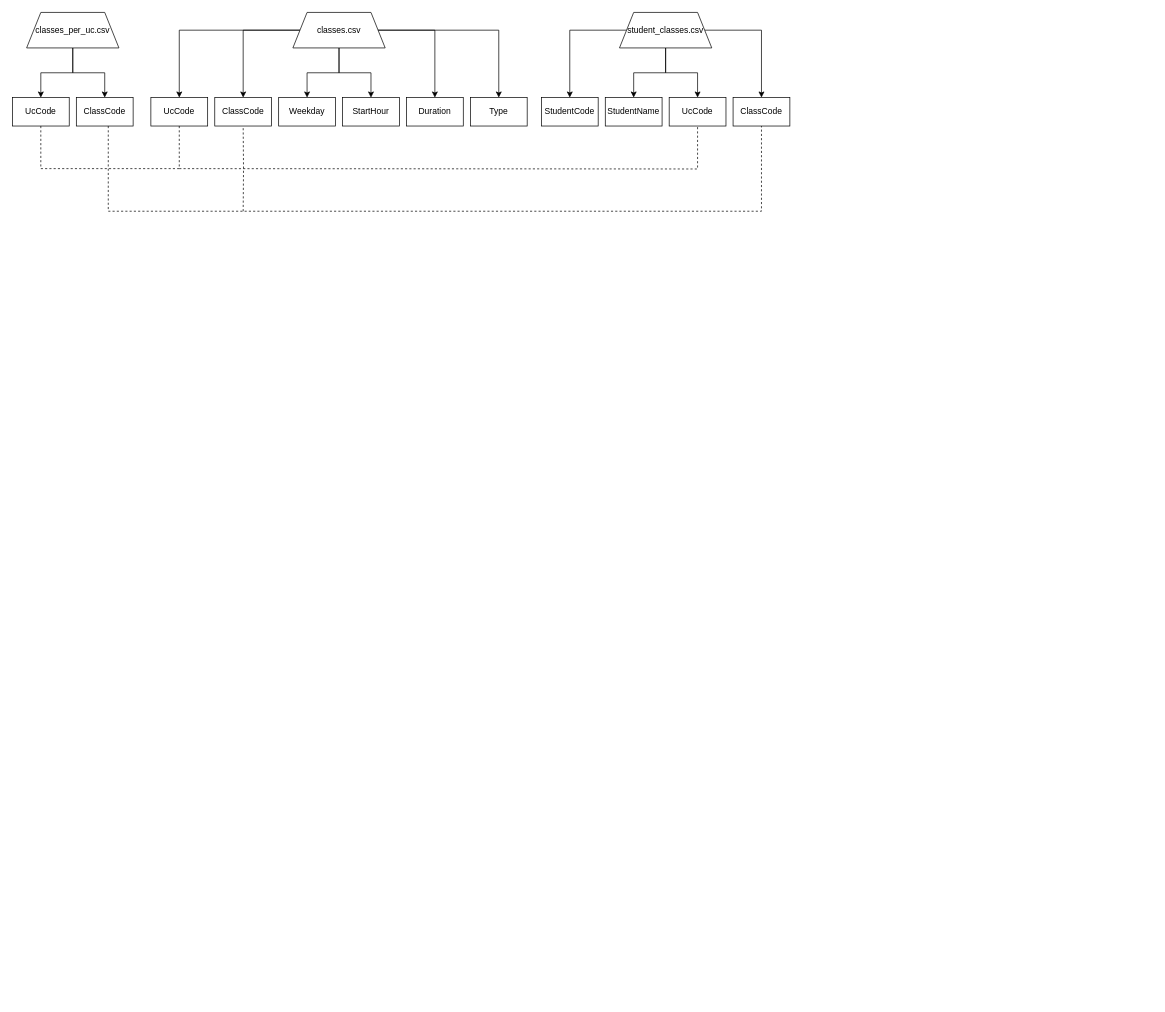
Before: diagram.drawio in HenriqueSFernandes/AED-ScheduleManager, a draw.io diagram. Source tidied: cells renumbered, new cells numbered last; positions are measured from the earlier drawing's top-left corner, leaving out a move shared by most shapes. Both pictures are drawn from the tidied source at 71%, with x=0, y=0 at pixel (12, 12).
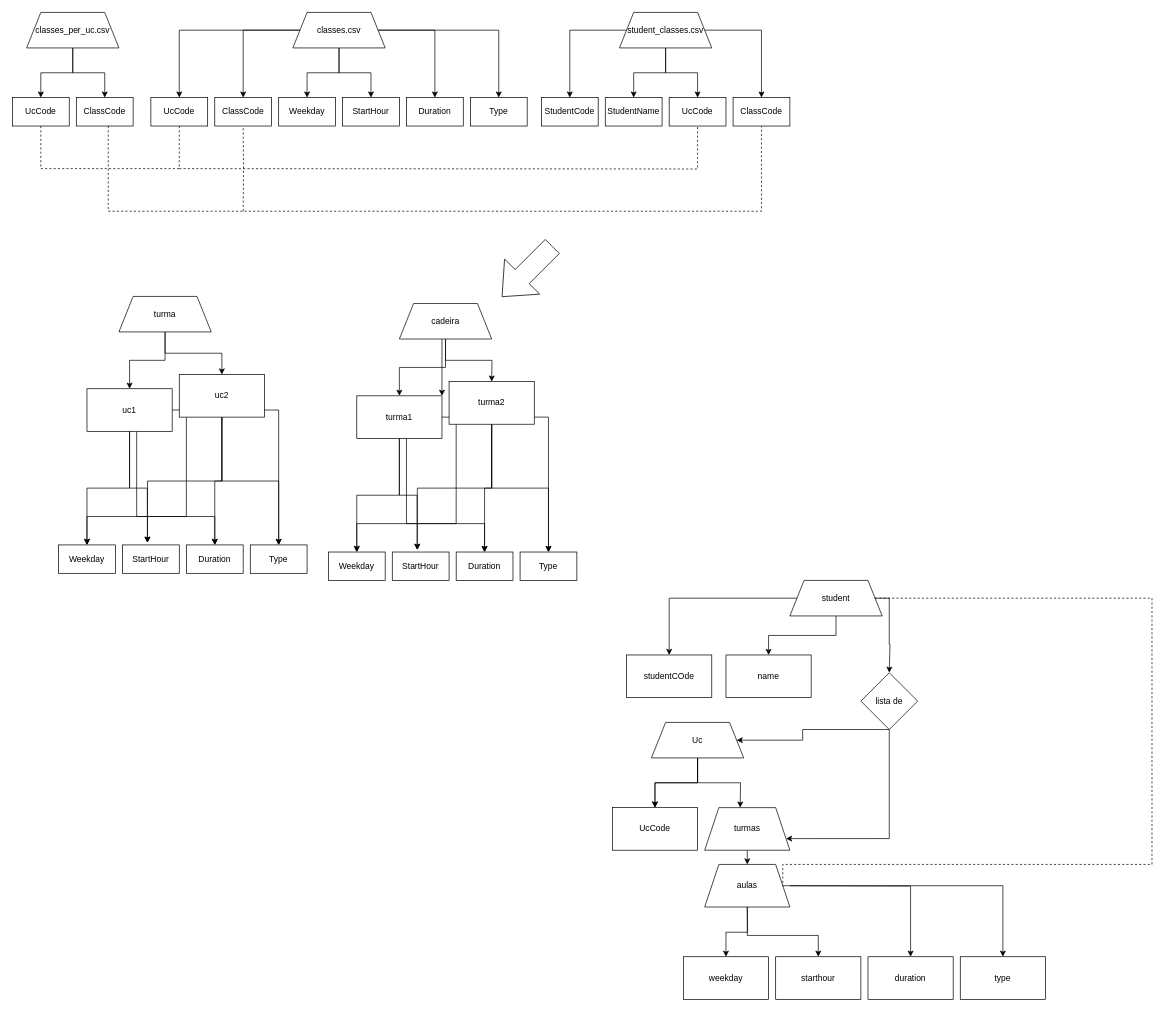
The same page after the edit.

Change to the diagram source:
```diff
@@
+    <mxCell id="33" style="edgeStyle=orthogonalEdgeStyle;rounded=0;jettySize=auto;html=1;" parent="1" edge="1" source="36" target="40">
+      <mxGeometry relative="1" as="geometry" />
+    </mxCell>
+    <mxCell id="34" style="edgeStyle=orthogonalEdgeStyle;rounded=0;jettySize=auto;html=1;" parent="1" edge="1" source="36" target="40">
+      <mxGeometry relative="1" as="geometry">
+        <Array as="points">
+          <mxPoint x="615" y="460" />
+          <mxPoint x="615" y="460" />
+        </Array>
+      </mxGeometry>
+    </mxCell>
+    <mxCell id="35" style="edgeStyle=orthogonalEdgeStyle;rounded=0;jettySize=auto;html=1;" parent="1" edge="1" source="36">
+      <mxGeometry relative="1" as="geometry">
+        <mxPoint x="675" y="520" as="targetPoint" />
+      </mxGeometry>
+    </mxCell>
+    <mxCell id="36" value="cadeira" style="shape=trapezoid;perimeter=trapezoidPerimeter;whiteSpace=wrap;html=1;fixedSize=1;rounded=0;strokeColor=default;align=center;verticalAlign=middle;fontFamily=Helvetica;fontSize=12;fontColor=default;fillColor=default;" parent="1" vertex="1">
+      <mxGeometry x="545" y="410" width="130" height="50" as="geometry" />
+    </mxCell>
+    <mxCell id="37" style="edgeStyle=orthogonalEdgeStyle;rounded=0;jettySize=auto;html=1;entryX=0.5;entryY=0;entryDx=0;entryDy=0;" parent="1" edge="1" source="40" target="45">
+      <mxGeometry relative="1" as="geometry" />
+    </mxCell>
+    <mxCell id="38" style="edgeStyle=orthogonalEdgeStyle;rounded=0;jettySize=auto;html=1;" parent="1" edge="1" source="40" target="47">
+      <mxGeometry relative="1" as="geometry">
+        <Array as="points">
+          <mxPoint x="555" y="720" />
+          <mxPoint x="665" y="720" />
+        </Array>
+      </mxGeometry>
+    </mxCell>
+    <mxCell id="39" style="edgeStyle=orthogonalEdgeStyle;rounded=0;jettySize=auto;html=1;" parent="1" edge="1" source="40" target="48">
+      <mxGeometry relative="1" as="geometry" />
+    </mxCell>
+    <mxCell id="40" value="turma1" style="whiteSpace=wrap;html=1;rounded=0;" parent="1" vertex="1">
+      <mxGeometry x="485" y="540" width="120" height="60" as="geometry" />
+    </mxCell>
+    <mxCell id="41" style="edgeStyle=orthogonalEdgeStyle;rounded=0;jettySize=auto;html=1;" parent="1" edge="1" source="44" target="45">
+      <mxGeometry relative="1" as="geometry">
+        <Array as="points">
+          <mxPoint x="625" y="720" />
+          <mxPoint x="485" y="720" />
+        </Array>
+      </mxGeometry>
+    </mxCell>
+    <mxCell id="42" style="edgeStyle=orthogonalEdgeStyle;rounded=0;jettySize=auto;html=1;" parent="1" edge="1" source="44" target="47">
+      <mxGeometry relative="1" as="geometry" />
+    </mxCell>
+    <mxCell id="43" style="edgeStyle=orthogonalEdgeStyle;rounded=0;jettySize=auto;html=1;entryX=0.5;entryY=0;entryDx=0;entryDy=0;" parent="1" edge="1" source="44" target="48">
+      <mxGeometry relative="1" as="geometry" />
+    </mxCell>
+    <mxCell id="44" value="turma2" style="whiteSpace=wrap;html=1;rounded=0;" parent="1" vertex="1">
+      <mxGeometry x="615" y="520" width="120" height="60" as="geometry" />
+    </mxCell>
+    <mxCell id="45" value="Weekday" style="rounded=0;whiteSpace=wrap;html=1;" parent="1" vertex="1">
+      <mxGeometry x="445" y="760" width="80" height="40" as="geometry" />
+    </mxCell>
+    <mxCell id="46" value="StartHour" style="rounded=0;whiteSpace=wrap;html=1;" parent="1" vertex="1">
+      <mxGeometry x="535" y="760" width="80" height="40" as="geometry" />
+    </mxCell>
+    <mxCell id="47" value="Duration" style="rounded=0;whiteSpace=wrap;html=1;" parent="1" vertex="1">
+      <mxGeometry x="625" y="760" width="80" height="40" as="geometry" />
+    </mxCell>
+    <mxCell id="48" value="Type" style="rounded=0;whiteSpace=wrap;html=1;" parent="1" vertex="1">
+      <mxGeometry x="715" y="760" width="80" height="40" as="geometry" />
+    </mxCell>
+    <mxCell id="49" style="edgeStyle=orthogonalEdgeStyle;rounded=0;jettySize=auto;html=1;entryX=0.438;entryY=-0.079;entryDx=0;entryDy=0;entryPerimeter=0;" parent="1" edge="1" source="40" target="46">
+      <mxGeometry relative="1" as="geometry" />
+    </mxCell>
+    <mxCell id="50" style="edgeStyle=orthogonalEdgeStyle;rounded=0;jettySize=auto;html=1;entryX=0.441;entryY=-0.075;entryDx=0;entryDy=0;entryPerimeter=0;" parent="1" edge="1" source="44" target="46">
+      <mxGeometry relative="1" as="geometry" />
+    </mxCell>
+    <mxCell id="51" style="edgeStyle=orthogonalEdgeStyle;rounded=0;jettySize=auto;html=1;" parent="1" edge="1" source="53" target="57">
+      <mxGeometry relative="1" as="geometry" />
+    </mxCell>
+    <mxCell id="52" style="edgeStyle=orthogonalEdgeStyle;rounded=0;jettySize=auto;html=1;" parent="1" edge="1" source="53" target="61">
+      <mxGeometry relative="1" as="geometry" />
+    </mxCell>
+    <mxCell id="53" value="turma" style="shape=trapezoid;perimeter=trapezoidPerimeter;whiteSpace=wrap;html=1;fixedSize=1;rounded=0;strokeColor=default;align=center;verticalAlign=middle;fontFamily=Helvetica;fontSize=12;fontColor=default;fillColor=default;" parent="1" vertex="1">
+      <mxGeometry x="150" y="400" width="130" height="50" as="geometry" />
+    </mxCell>
+    <mxCell id="54" style="edgeStyle=orthogonalEdgeStyle;rounded=0;jettySize=auto;html=1;entryX=0.5;entryY=0;entryDx=0;entryDy=0;" parent="1" edge="1" source="57" target="62">
+      <mxGeometry relative="1" as="geometry" />
+    </mxCell>
+    <mxCell id="55" style="edgeStyle=orthogonalEdgeStyle;rounded=0;jettySize=auto;html=1;" parent="1" edge="1" source="57" target="64">
+      <mxGeometry relative="1" as="geometry">
+        <Array as="points">
+          <mxPoint x="175" y="710" />
+          <mxPoint x="285" y="710" />
+        </Array>
+      </mxGeometry>
+    </mxCell>
+    <mxCell id="56" style="edgeStyle=orthogonalEdgeStyle;rounded=0;jettySize=auto;html=1;" parent="1" edge="1" source="57" target="65">
+      <mxGeometry relative="1" as="geometry" />
+    </mxCell>
+    <mxCell id="57" value="uc1" style="whiteSpace=wrap;html=1;rounded=0;" parent="1" vertex="1">
+      <mxGeometry x="105" y="530" width="120" height="60" as="geometry" />
+    </mxCell>
+    <mxCell id="58" style="edgeStyle=orthogonalEdgeStyle;rounded=0;jettySize=auto;html=1;" parent="1" edge="1" source="61" target="62">
+      <mxGeometry relative="1" as="geometry">
+        <Array as="points">
+          <mxPoint x="245" y="710" />
+          <mxPoint x="105" y="710" />
+        </Array>
+      </mxGeometry>
+    </mxCell>
+    <mxCell id="59" style="edgeStyle=orthogonalEdgeStyle;rounded=0;jettySize=auto;html=1;" parent="1" edge="1" source="61" target="64">
+      <mxGeometry relative="1" as="geometry" />
+    </mxCell>
+    <mxCell id="60" style="edgeStyle=orthogonalEdgeStyle;rounded=0;jettySize=auto;html=1;entryX=0.5;entryY=0;entryDx=0;entryDy=0;" parent="1" edge="1" source="61" target="65">
+      <mxGeometry relative="1" as="geometry" />
+    </mxCell>
+    <mxCell id="61" value="uc2" style="whiteSpace=wrap;html=1;rounded=0;" parent="1" vertex="1">
+      <mxGeometry x="235" y="510" width="120" height="60" as="geometry" />
+    </mxCell>
+    <mxCell id="62" value="Weekday" style="rounded=0;whiteSpace=wrap;html=1;" parent="1" vertex="1">
+      <mxGeometry x="65" y="750" width="80" height="40" as="geometry" />
+    </mxCell>
+    <mxCell id="63" value="StartHour" style="rounded=0;whiteSpace=wrap;html=1;" parent="1" vertex="1">
+      <mxGeometry x="155" y="750" width="80" height="40" as="geometry" />
+    </mxCell>
+    <mxCell id="64" value="Duration" style="rounded=0;whiteSpace=wrap;html=1;" parent="1" vertex="1">
+      <mxGeometry x="245" y="750" width="80" height="40" as="geometry" />
+    </mxCell>
+    <mxCell id="65" value="Type" style="rounded=0;whiteSpace=wrap;html=1;" parent="1" vertex="1">
+      <mxGeometry x="335" y="750" width="80" height="40" as="geometry" />
+    </mxCell>
+    <mxCell id="66" style="edgeStyle=orthogonalEdgeStyle;rounded=0;jettySize=auto;html=1;entryX=0.438;entryY=-0.079;entryDx=0;entryDy=0;entryPerimeter=0;" parent="1" edge="1" source="57" target="63">
+      <mxGeometry relative="1" as="geometry" />
+    </mxCell>
+    <mxCell id="67" style="edgeStyle=orthogonalEdgeStyle;rounded=0;jettySize=auto;html=1;entryX=0.441;entryY=-0.075;entryDx=0;entryDy=0;entryPerimeter=0;" parent="1" edge="1" source="61" target="63">
+      <mxGeometry relative="1" as="geometry" />
+    </mxCell>
+    <mxCell id="68" style="html=1;shadow=0;dashed=0;align=center;verticalAlign=middle;shape=mxgraph.arrows2.arrow;dy=0.6;dx=40;notch=0;rotation=-225;" parent="1" vertex="1">
+      <mxGeometry x="675" y="330" width="100" height="70" as="geometry" />
+    </mxCell>
+    <mxCell id="69" style="edgeStyle=orthogonalEdgeStyle;rounded=0;jettySize=auto;html=1;" parent="1" edge="1" source="72" target="73">
+      <mxGeometry relative="1" as="geometry" />
+    </mxCell>
+    <mxCell id="70" style="edgeStyle=orthogonalEdgeStyle;rounded=0;jettySize=auto;html=1;" parent="1" edge="1" source="72" target="73">
+      <mxGeometry relative="1" as="geometry" />
+    </mxCell>
+    <mxCell id="71" style="edgeStyle=orthogonalEdgeStyle;rounded=0;jettySize=auto;html=1;" parent="1" edge="1" source="72">
+      <mxGeometry relative="1" as="geometry">
+        <mxPoint x="1025" y="1120" as="targetPoint" />
+      </mxGeometry>
+    </mxCell>
+    <mxCell id="72" value="Uc" style="shape=trapezoid;perimeter=trapezoidPerimeter;whiteSpace=wrap;html=1;fixedSize=1;rounded=0;strokeColor=default;align=center;verticalAlign=middle;fontFamily=Helvetica;fontSize=12;fontColor=default;fillColor=default;" parent="1" vertex="1">
+      <mxGeometry x="900" y="1000" width="130" height="50" as="geometry" />
+    </mxCell>
+    <mxCell id="73" value="UcCode" style="whiteSpace=wrap;html=1;rounded=0;" parent="1" vertex="1">
+      <mxGeometry x="845" y="1120" width="120" height="60" as="geometry" />
+    </mxCell>
+    <mxCell id="74" style="edgeStyle=orthogonalEdgeStyle;rounded=0;jettySize=auto;html=1;entryX=0.5;entryY=0;entryDx=0;entryDy=0;" parent="1" edge="1" source="75">
+      <mxGeometry relative="1" as="geometry">
+        <mxPoint x="1035" y="1200" as="targetPoint" />
+      </mxGeometry>
+    </mxCell>
+    <mxCell id="75" value="turmas" style="shape=trapezoid;perimeter=trapezoidPerimeter;whiteSpace=wrap;html=1;fixedSize=1;" parent="1" vertex="1">
+      <mxGeometry x="975" y="1120" width="120" height="60" as="geometry" />
+    </mxCell>
+    <mxCell id="76" value="weekday" style="whiteSpace=wrap;html=1;rounded=0;" parent="1" vertex="1">
+      <mxGeometry x="945" y="1330" width="120" height="60" as="geometry" />
+    </mxCell>
+    <mxCell id="77" value="starthour" style="whiteSpace=wrap;html=1;rounded=0;" parent="1" vertex="1">
+      <mxGeometry x="1075" y="1330" width="120" height="60" as="geometry" />
+    </mxCell>
+    <mxCell id="78" value="duration" style="whiteSpace=wrap;html=1;rounded=0;" parent="1" vertex="1">
+      <mxGeometry x="1205" y="1330" width="120" height="60" as="geometry" />
+    </mxCell>
+    <mxCell id="79" value="type" style="whiteSpace=wrap;html=1;rounded=0;" parent="1" vertex="1">
+      <mxGeometry x="1335" y="1330" width="120" height="60" as="geometry" />
+    </mxCell>
+    <mxCell id="80" style="edgeStyle=orthogonalEdgeStyle;rounded=0;jettySize=auto;html=1;" parent="1" edge="1" source="83" target="84">
+      <mxGeometry relative="1" as="geometry" />
+    </mxCell>
+    <mxCell id="81" style="edgeStyle=orthogonalEdgeStyle;rounded=0;jettySize=auto;html=1;" parent="1" edge="1" source="83">
+      <mxGeometry relative="1" as="geometry">
+        <mxPoint x="1235" y="930" as="targetPoint" />
+        <Array as="points">
+          <mxPoint x="1235" y="825" />
+          <mxPoint x="1235" y="890" />
+          <mxPoint x="1236" y="890" />
+          <mxPoint x="1236" y="930" />
+        </Array>
+      </mxGeometry>
+    </mxCell>
+    <mxCell id="82" style="edgeStyle=orthogonalEdgeStyle;rounded=0;jettySize=auto;html=1;" parent="1" edge="1" source="83" target="91">
+      <mxGeometry relative="1" as="geometry" />
+    </mxCell>
+    <mxCell id="83" value="student" style="shape=trapezoid;perimeter=trapezoidPerimeter;whiteSpace=wrap;html=1;fixedSize=1;rounded=0;strokeColor=default;align=center;verticalAlign=middle;fontFamily=Helvetica;fontSize=12;fontColor=default;fillColor=default;" parent="1" vertex="1">
+      <mxGeometry x="1095" y="800" width="130" height="50" as="geometry" />
+    </mxCell>
+    <mxCell id="84" value="name" style="whiteSpace=wrap;html=1;rounded=0;" parent="1" vertex="1">
+      <mxGeometry x="1005" y="905" width="120" height="60" as="geometry" />
+    </mxCell>
+    <mxCell id="85" style="edgeStyle=orthogonalEdgeStyle;rounded=0;jettySize=auto;html=1;entryX=0.5;entryY=0;entryDx=0;entryDy=0;" parent="1" edge="1" target="76">
+      <mxGeometry relative="1" as="geometry">
+        <mxPoint x="1035" y="1260" as="sourcePoint" />
+      </mxGeometry>
+    </mxCell>
+    <mxCell id="86" style="edgeStyle=orthogonalEdgeStyle;rounded=0;jettySize=auto;html=1;" parent="1" edge="1" target="77">
+      <mxGeometry relative="1" as="geometry">
+        <mxPoint x="1035" y="1260" as="sourcePoint" />
+        <Array as="points">
+          <mxPoint x="1035" y="1300" />
+          <mxPoint x="1135" y="1300" />
+        </Array>
+      </mxGeometry>
+    </mxCell>
+    <mxCell id="87" style="edgeStyle=orthogonalEdgeStyle;rounded=0;jettySize=auto;html=1;" parent="1" edge="1" target="78">
+      <mxGeometry relative="1" as="geometry">
+        <mxPoint x="1095" y="1230" as="sourcePoint" />
+      </mxGeometry>
+    </mxCell>
+    <mxCell id="88" style="edgeStyle=orthogonalEdgeStyle;rounded=0;jettySize=auto;html=1;exitX=1;exitY=0.5;exitDx=0;exitDy=0;" parent="1" edge="1" source="90" target="79">
+      <mxGeometry relative="1" as="geometry" />
+    </mxCell>
+    <mxCell id="89" style="edgeStyle=orthogonalEdgeStyle;rounded=0;jettySize=auto;html=1;entryX=1;entryY=0.75;entryDx=0;entryDy=0;exitX=0.5;exitY=1;exitDx=0;exitDy=0;" parent="1" edge="1" source="93" target="75">
+      <mxGeometry relative="1" as="geometry">
+        <Array as="points">
+          <mxPoint x="1235" y="1164" />
+        </Array>
+      </mxGeometry>
+    </mxCell>
+    <mxCell id="90" value="aulas" style="shape=trapezoid;perimeter=trapezoidPerimeter;whiteSpace=wrap;html=1;fixedSize=1;" parent="1" vertex="1">
+      <mxGeometry x="975" y="1200" width="120" height="60" as="geometry" />
+    </mxCell>
+    <mxCell id="91" value="studentCOde" style="rounded=0;whiteSpace=wrap;html=1;" parent="1" vertex="1">
+      <mxGeometry x="865" y="905" width="120" height="60" as="geometry" />
+    </mxCell>
+    <mxCell id="92" style="edgeStyle=orthogonalEdgeStyle;rounded=0;jettySize=auto;html=1;" parent="1" edge="1" source="93" target="72">
+      <mxGeometry relative="1" as="geometry">
+        <Array as="points">
+          <mxPoint x="1113" y="1010" />
+          <mxPoint x="1113" y="1025" />
+        </Array>
+      </mxGeometry>
+    </mxCell>
+    <mxCell id="93" value="lista de" style="rhombus;whiteSpace=wrap;html=1;" parent="1" vertex="1">
+      <mxGeometry x="1195" y="930" width="80" height="80" as="geometry" />
+    </mxCell>
+    <mxCell id="94" style="endArrow=none;html=1;edgeStyle=orthogonalEdgeStyle;rounded=0;dashed=1;exitX=1;exitY=0.5;exitDx=0;exitDy=0;entryX=1;entryY=0.5;entryDx=0;entryDy=0;" parent="1" edge="1" source="83" target="90">
+      <mxGeometry relative="1" as="geometry">
+        <Array as="points">
+          <mxPoint x="1605" y="825" />
+          <mxPoint x="1605" y="1200" />
+          <mxPoint x="1085" y="1200" />
+        </Array>
+      </mxGeometry>
+    </mxCell>
```
